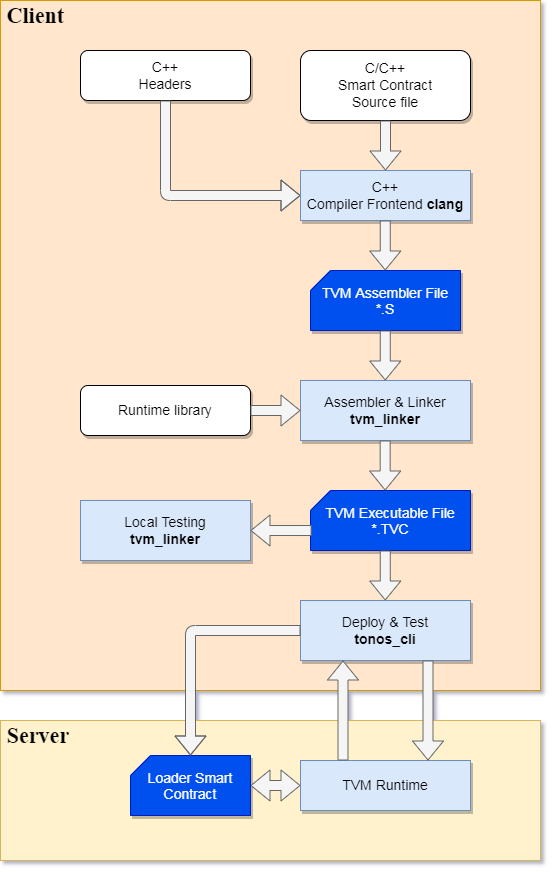
The draw.io diagram docs/Images/Toolchain.png in everx-labs/TVM-Compiler, before a commit. Source tidied: cells renumbered, new cells last; positions are measured from the earlier drawing's top-left corner, leaving out a move shared by most shapes.
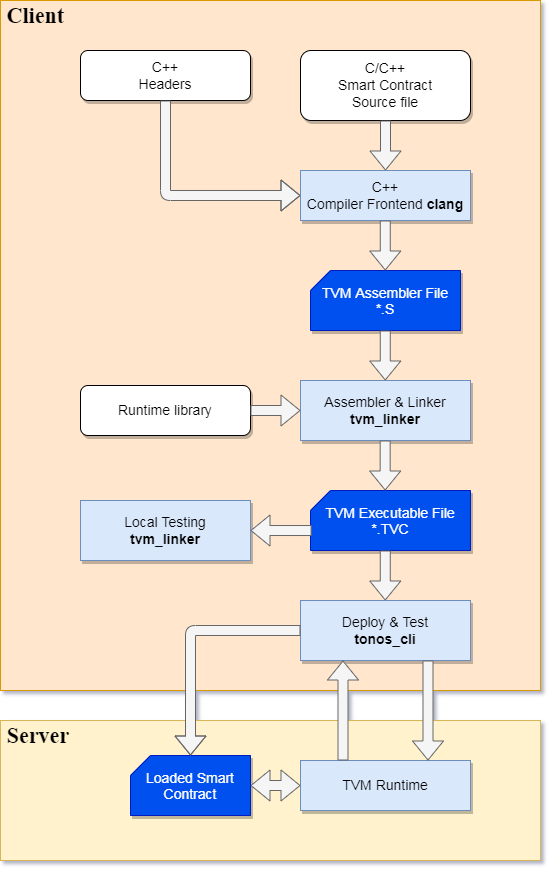
Later version of the same file.

What changed in the source:
```diff
@@ -84,7 +84,7 @@
     <mxCell id="23" style="shape=flexArrow;endArrow=classic;html=1;fontFamily=Helvetica;fontSize=14;exitX=0.25;exitY=0;exitDx=0;exitDy=0;fillColor=#f5f5f5;strokeColor=#666666;entryX=0.25;entryY=1;entryDx=0;entryDy=0;" parent="1" edge="1" source="10" target="16">
       <mxGeometry relative="1" as="geometry" />
     </mxCell>
-    <mxCell id="24" value="Loader Smart Contract" style="verticalLabelPosition=middle;verticalAlign=middle;html=1;shape=card;whiteSpace=wrap;size=20;arcSize=12;shadow=1;fontFamily=Helvetica;fontSize=14;labelPosition=center;align=center;fillColor=#0050ef;strokeColor=#001DBC;fontColor=#ffffff;" parent="1" vertex="1">
+    <mxCell id="24" value="Loaded Smart Contract" style="verticalLabelPosition=middle;verticalAlign=middle;html=1;shape=card;whiteSpace=wrap;size=20;arcSize=12;shadow=1;fontFamily=Helvetica;fontSize=14;labelPosition=center;align=center;fillColor=#0050ef;strokeColor=#001DBC;fontColor=#ffffff;" parent="1" vertex="1">
       <mxGeometry x="130" y="755" width="120" height="60" as="geometry" />
     </mxCell>
     <mxCell id="25" style="shape=flexArrow;endArrow=classic;html=1;fontFamily=Helvetica;fontSize=14;exitX=0;exitY=0.5;exitDx=0;exitDy=0;fillColor=#f5f5f5;strokeColor=#666666;" parent="1" edge="1" source="16" target="24">
```
